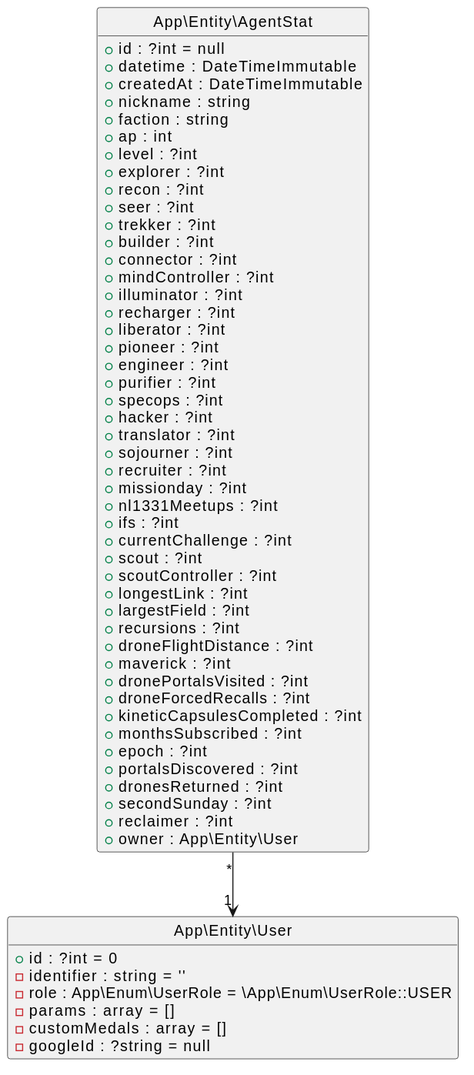
Above: web/assets/docs/database.svg in elkuku/AgentTools (PlantUML), before the change.
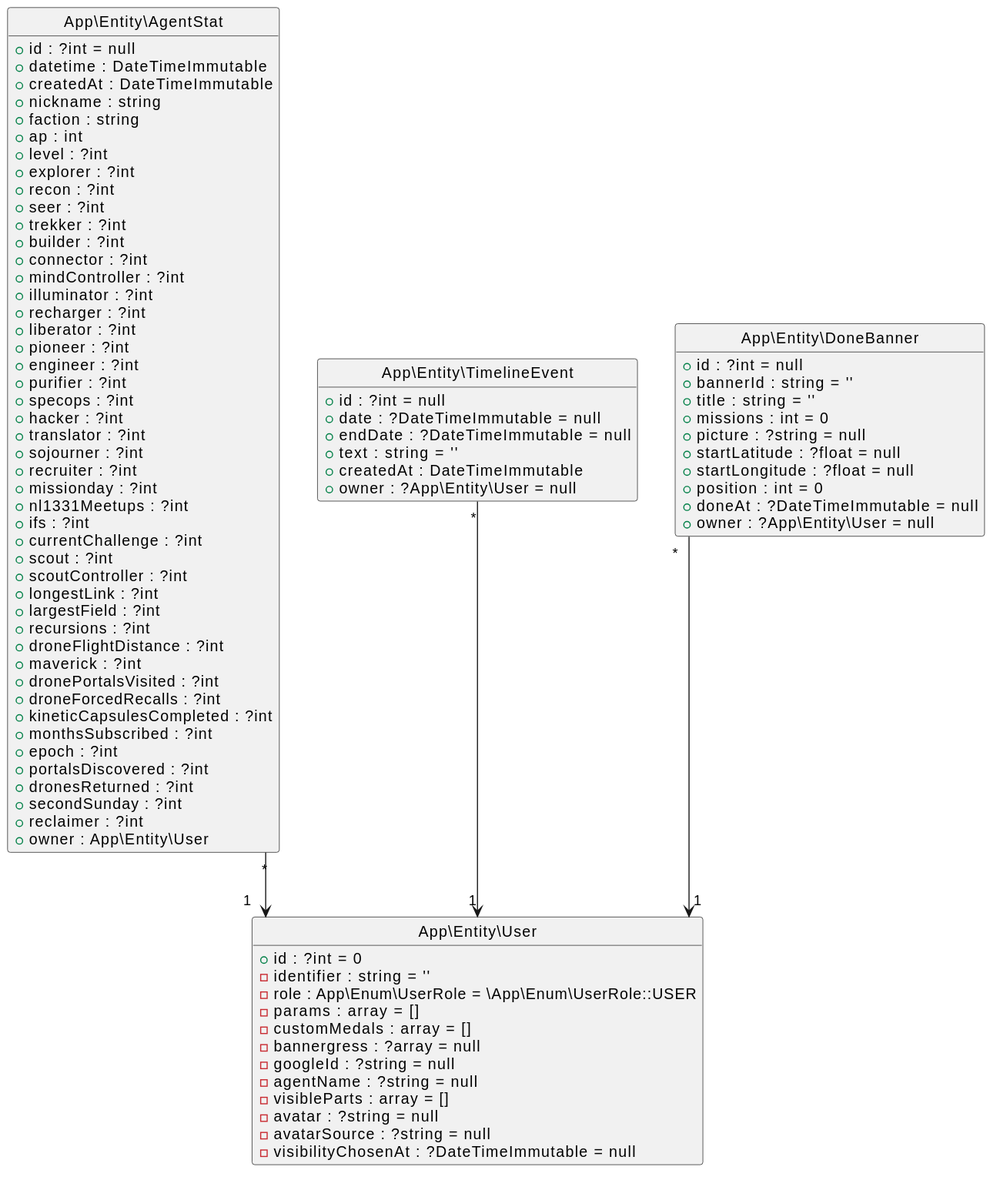
The same diagram one commit later.

Change to the diagram source:
```diff
@@ -60,7 +60,35 @@
 - role : App\Enum\UserRole = \App\Enum\UserRole::USER
 - params : array = []
 - customMedals : array = []
+- bannergress : ?array = null
 - googleId : ?string = null
+- agentName : ?string = null
+- visibleParts : array = []
+- avatar : ?string = null
+- avatarSource : ?string = null
+- visibilityChosenAt : ?DateTimeImmutable = null
+}
+class App\Entity\TimelineEvent {
++ id : ?int = null
++ date : ?DateTimeImmutable = null
++ endDate : ?DateTimeImmutable = null
++ text : string = ''
++ createdAt : DateTimeImmutable
++ owner : ?App\Entity\User = null
+}
+class App\Entity\DoneBanner {
++ id : ?int = null
++ bannerId : string = ''
++ title : string = ''
++ missions : int = 0
++ picture : ?string = null
++ startLatitude : ?float = null
++ startLongitude : ?float = null
++ position : int = 0
++ doneAt : ?DateTimeImmutable = null
++ owner : ?App\Entity\User = null
 }
 App\Entity\AgentStat "*" --> "1" App\Entity\User
+App\Entity\TimelineEvent "*" --> "1" App\Entity\User
+App\Entity\DoneBanner "*" --> "1" App\Entity\User
 @enduml
```
